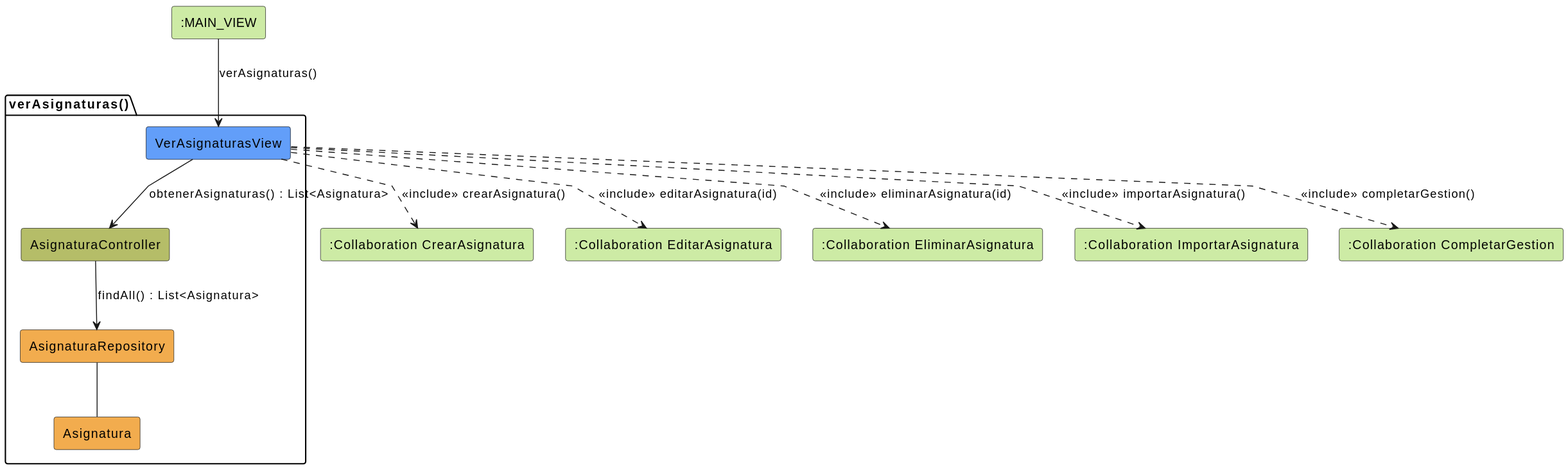
Above: images/verAsignaturas/verAsignaturas.svg in Pareyor/25-26-idsw2-sdVC (PlantUML), before the change.
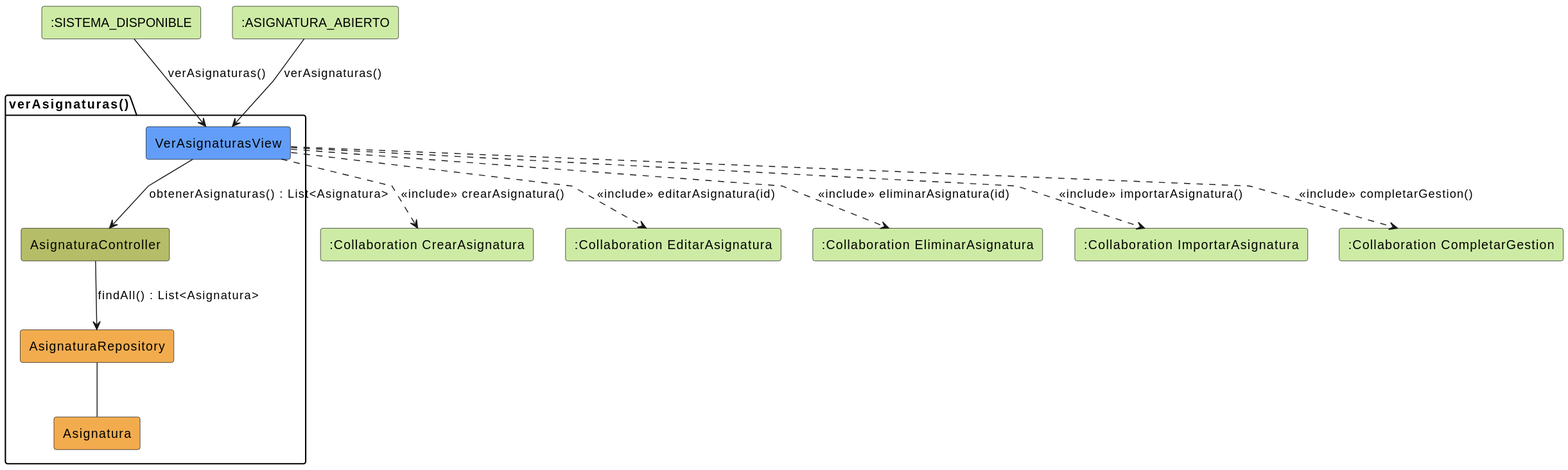
The same file after the commit.

Commit message:
fix: corrige un detalle en verAsignaturas

Diff of the diagram source:
```diff
@@ -1,7 +1,8 @@
 @startuml
 skinparam linetype polyline
 
-rectangle #CDEBA5 ":MAIN_VIEW" as MainView
+rectangle #CDEBA5 ":SISTEMA_DISPONIBLE" as SistemaDisponible
+rectangle #CDEBA5 ":ASIGNATURA_ABIERTO" as AsignaturaAbierto
 rectangle #CDEBA5 ":Collaboration CrearAsignatura" as CrearAsignatura
 rectangle #CDEBA5 ":Collaboration EditarAsignatura" as EditarAsignatura
 rectangle #CDEBA5 ":Collaboration EliminarAsignatura" as EliminarAsignatura
@@ -15,7 +16,8 @@
     rectangle #F2AC4E Asignatura
 }
 
-MainView --> VerAsignaturasView: verAsignaturas()
+SistemaDisponible --> VerAsignaturasView: verAsignaturas()
+AsignaturaAbierto --> VerAsignaturasView: verAsignaturas()
 
 VerAsignaturasView -d-> AsignaturaController: obtenerAsignaturas() : List<Asignatura>
 
```
